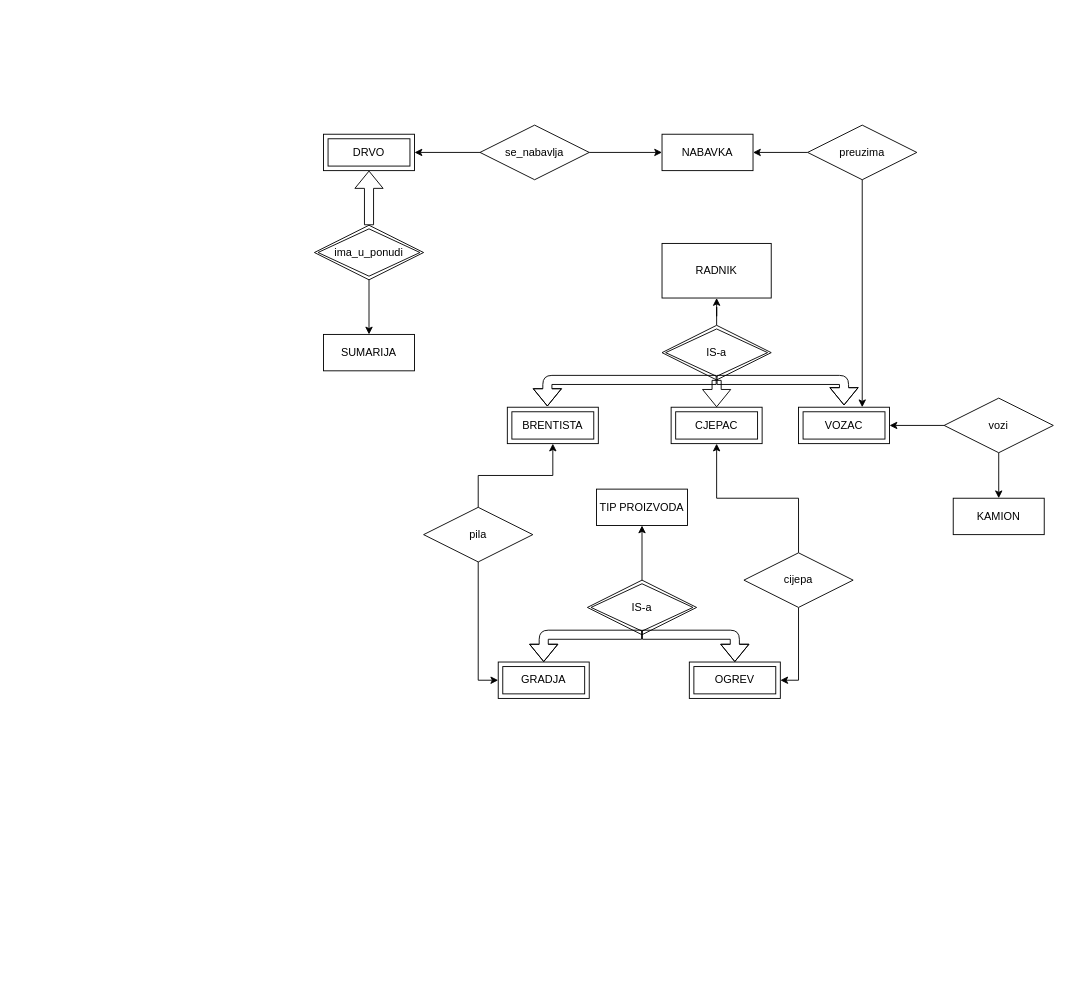
Earlier version of the draw.io diagram page "Pilana" (6 of 6) of bp_diagrams.drawio (therealtgd/bp_er). Source tidied: cells renumbered, new cells numbered last; positions are measured from the earlier drawing's top-left corner, leaving out a move shared by most shapes. Both pictures are drawn from the tidied source at 91%, with x=0, y=0 at pixel (314, 125).
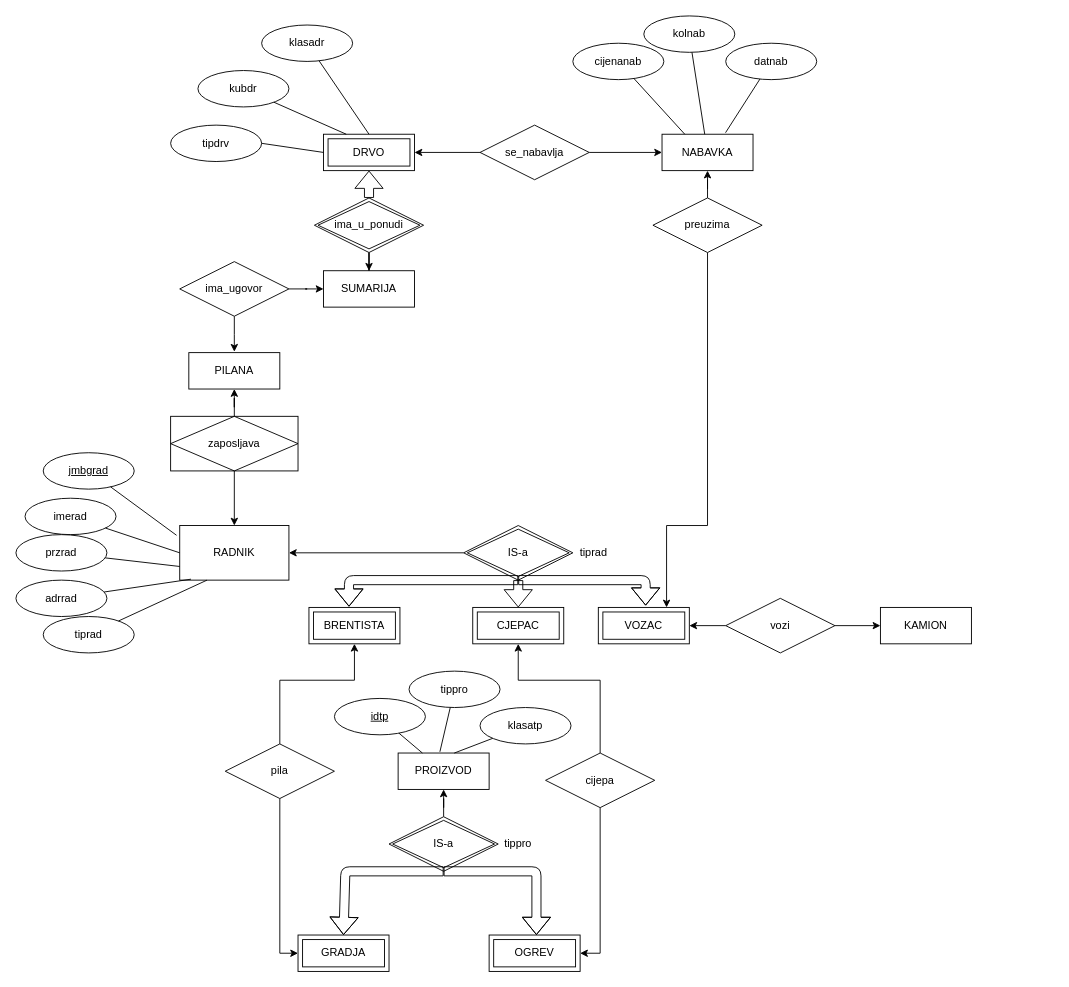
The same diagram, later.

The change refers to these unchanged cells:
```xml
<mxCell id="3" value="NABAVKA" style="whiteSpace=wrap;html=1;align=center;" parent="1" vertex="1">
  <mxGeometry x="382" y="10" width="100" height="40" as="geometry" />
</mxCell>
<mxCell id="7" value="DRVO" style="shape=ext;margin=3;double=1;whiteSpace=wrap;html=1;align=center;" parent="1" vertex="1">
  <mxGeometry x="10" y="10" width="100" height="40" as="geometry" />
</mxCell>
```

The edit, as a diff of the source:
```diff
@@
     <mxCell id="2" value="SUMARIJA" style="whiteSpace=wrap;html=1;align=center;" parent="1" vertex="1">
-      <mxGeometry x="10" y="230" width="100" height="40" as="geometry" />
+      <mxGeometry x="10" y="160" width="100" height="40" as="geometry" />
     </mxCell>
@@
     <mxCell id="9" value="ima_u_ponudi" style="shape=rhombus;double=1;perimeter=rhombusPerimeter;whiteSpace=wrap;html=1;align=center;" parent="1" vertex="1">
-      <mxGeometry y="110" width="120" height="60" as="geometry" />
+      <mxGeometry y="80" width="120" height="60" as="geometry" />
     </mxCell>
@@
-    <mxCell id="11" style="edgeStyle=orthogonalEdgeStyle;rounded=0;jettySize=auto;html=1;" parent="1" edge="1" source="13">
+    <mxCell id="11" style="edgeStyle=orthogonalEdgeStyle;rounded=0;jettySize=auto;html=1;entryX=0.75;entryY=0;entryDx=0;entryDy=0;exitX=0.5;exitY=1;exitDx=0;exitDy=0;" parent="1" edge="1" source="13" target="19">
       <mxGeometry relative="1" as="geometry">
-        <mxPoint x="602" y="310" as="targetPoint" />
         <Array as="points">
-          <mxPoint x="602" y="310" />
+          <mxPoint x="432" y="440" />
+          <mxPoint x="387" y="440" />
         </Array>
       </mxGeometry>
     </mxCell>
-    <mxCell id="12" style="edgeStyle=orthogonalEdgeStyle;rounded=0;jettySize=auto;html=1;entryX=1;entryY=0.5;entryDx=0;entryDy=0;" parent="1" edge="1" source="13" target="3">
+    <mxCell id="12" style="edgeStyle=orthogonalEdgeStyle;rounded=0;jettySize=auto;html=1;entryX=0.5;entryY=1;entryDx=0;entryDy=0;" parent="1" edge="1" source="13" target="3">
       <mxGeometry relative="1" as="geometry" />
     </mxCell>
     <mxCell id="13" value="preuzima" style="shape=rhombus;perimeter=rhombusPerimeter;whiteSpace=wrap;html=1;align=center;" parent="1" vertex="1">
-      <mxGeometry x="542" width="120" height="60" as="geometry" />
+      <mxGeometry x="372" y="80" width="120" height="60" as="geometry" />
     </mxCell>
     <mxCell id="14" value="RADNIK" style="rounded=0;whiteSpace=wrap;html=1;" parent="1" vertex="1">
-      <mxGeometry x="382" y="130" width="120" height="60" as="geometry" />
+      <mxGeometry x="-148" y="440" width="120" height="60" as="geometry" />
     </mxCell>
-    <mxCell id="15" style="edgeStyle=orthogonalEdgeStyle;rounded=0;jettySize=auto;html=1;entryX=0.5;entryY=1;entryDx=0;entryDy=0;" parent="1" edge="1" source="16" target="14">
+    <mxCell id="15" style="edgeStyle=orthogonalEdgeStyle;rounded=0;jettySize=auto;html=1;entryX=1;entryY=0.5;entryDx=0;entryDy=0;" parent="1" edge="1" source="16" target="14">
       <mxGeometry relative="1" as="geometry" />
     </mxCell>
     <mxCell id="16" value="IS-a" style="shape=rhombus;double=1;perimeter=rhombusPerimeter;whiteSpace=wrap;html=1;align=center;" parent="1" vertex="1">
-      <mxGeometry x="382" y="220" width="120" height="60" as="geometry" />
+      <mxGeometry x="164" y="440" width="120" height="60" as="geometry" />
     </mxCell>
     <mxCell id="17" value="BRENTISTA" style="shape=ext;margin=3;double=1;whiteSpace=wrap;html=1;align=center;" parent="1" vertex="1">
-      <mxGeometry x="212" y="310" width="100" height="40" as="geometry" />
+      <mxGeometry x="-6" y="530" width="100" height="40" as="geometry" />
     </mxCell>
     <mxCell id="18" value="CJEPAC" style="shape=ext;margin=3;double=1;whiteSpace=wrap;html=1;align=center;" parent="1" vertex="1">
-      <mxGeometry x="392" y="310" width="100" height="40" as="geometry" />
+      <mxGeometry x="174" y="530" width="100" height="40" as="geometry" />
     </mxCell>
     <mxCell id="19" value="VOZAC" style="shape=ext;margin=3;double=1;whiteSpace=wrap;html=1;align=center;" parent="1" vertex="1">
-      <mxGeometry x="532" y="310" width="100" height="40" as="geometry" />
+      <mxGeometry x="312" y="530" width="100" height="40" as="geometry" />
     </mxCell>
     <mxCell id="20" style="shape=flexArrow;endArrow=classic;html=1;exitX=0.5;exitY=1;exitDx=0;exitDy=0;entryX=0.44;entryY=-0.021;entryDx=0;entryDy=0;entryPerimeter=0;" parent="1" edge="1" source="16" target="17">
       <mxGeometry relative="1" as="geometry">
         <Array as="points">
-          <mxPoint x="256" y="280" />
+          <mxPoint x="38" y="500" />
         </Array>
       </mxGeometry>
     </mxCell>
     <mxCell id="21" style="shape=flexArrow;endArrow=classic;html=1;entryX=0.5;entryY=0;entryDx=0;entryDy=0;" parent="1" edge="1" target="18">
       <mxGeometry relative="1" as="geometry">
-        <mxPoint x="442" y="280" as="sourcePoint" />
+        <mxPoint x="224" y="500" as="sourcePoint" />
       </mxGeometry>
     </mxCell>
     <mxCell id="22" style="shape=flexArrow;endArrow=classic;html=1;" parent="1" edge="1">
       <mxGeometry relative="1" as="geometry">
-        <mxPoint x="442" y="280" as="sourcePoint" />
-        <mxPoint x="582" y="308" as="targetPoint" />
+        <mxPoint x="224" y="500" as="sourcePoint" />
+        <mxPoint x="364" y="528" as="targetPoint" />
         <Array as="points">
-          <mxPoint x="582" y="280" />
+          <mxPoint x="364" y="500" />
         </Array>
       </mxGeometry>
     </mxCell>
     <mxCell id="23" value="KAMION" style="whiteSpace=wrap;html=1;align=center;" parent="1" vertex="1">
-      <mxGeometry x="702" y="410" width="100" height="40" as="geometry" />
+      <mxGeometry x="622" y="530" width="100" height="40" as="geometry" />
     </mxCell>
@@
-    <mxCell id="25" style="edgeStyle=orthogonalEdgeStyle;rounded=0;jettySize=auto;html=1;entryX=0.5;entryY=0;entryDx=0;entryDy=0;" parent="1" edge="1" source="26" target="23">
+    <mxCell id="25" style="edgeStyle=orthogonalEdgeStyle;rounded=0;jettySize=auto;html=1;entryX=0;entryY=0.5;entryDx=0;entryDy=0;" parent="1" edge="1" source="26" target="23">
       <mxGeometry relative="1" as="geometry" />
     </mxCell>
     <mxCell id="26" value="vozi" style="shape=rhombus;perimeter=rhombusPerimeter;whiteSpace=wrap;html=1;align=center;" parent="1" vertex="1">
-      <mxGeometry x="692" y="300" width="120" height="60" as="geometry" />
+      <mxGeometry x="452" y="520" width="120" height="60" as="geometry" />
     </mxCell>
-    <mxCell id="27" value="TIP PROIZVODA" style="whiteSpace=wrap;html=1;align=center;" parent="1" vertex="1">
-      <mxGeometry x="310" y="400" width="100" height="40" as="geometry" />
+    <mxCell id="27" value="PROIZVOD" style="whiteSpace=wrap;html=1;align=center;" parent="1" vertex="1">
+      <mxGeometry x="92" y="690" width="100" height="40" as="geometry" />
     </mxCell>
     <mxCell id="28" value="GRADJA" style="shape=ext;margin=3;double=1;whiteSpace=wrap;html=1;align=center;" parent="1" vertex="1">
-      <mxGeometry x="202" y="590" width="100" height="40" as="geometry" />
+      <mxGeometry x="-18" y="890" width="100" height="40" as="geometry" />
     </mxCell>
@@
     <mxCell id="30" value="IS-a" style="shape=rhombus;double=1;perimeter=rhombusPerimeter;whiteSpace=wrap;html=1;align=center;" parent="1" vertex="1">
-      <mxGeometry x="300" y="500" width="120" height="60" as="geometry" />
+      <mxGeometry x="82" y="760" width="120" height="60" as="geometry" />
     </mxCell>
     <mxCell id="31" value="OGREV" style="shape=ext;margin=3;double=1;whiteSpace=wrap;html=1;align=center;" parent="1" vertex="1">
-      <mxGeometry x="412" y="590" width="100" height="40" as="geometry" />
+      <mxGeometry x="192" y="890" width="100" height="40" as="geometry" />
     </mxCell>
-    <mxCell id="32" style="shape=flexArrow;endArrow=classic;html=1;exitX=0.5;exitY=1;exitDx=0;exitDy=0;entryX=0.5;entryY=0;entryDx=0;entryDy=0;" parent="1" edge="1" source="30" target="28">
+    <mxCell id="32" style="shape=flexArrow;endArrow=classic;html=1;exitX=0.5;exitY=1;exitDx=0;exitDy=0;entryX=0.5;entryY=0;entryDx=0;entryDy=0;" parent="1" edge="1" source="30">
       <mxGeometry relative="1" as="geometry">
+        <mxPoint x="32" y="890" as="targetPoint" />
         <Array as="points">
-          <mxPoint x="252" y="560" />
+          <mxPoint x="34" y="820" />
         </Array>
       </mxGeometry>
     </mxCell>
-    <mxCell id="33" style="shape=flexArrow;endArrow=classic;html=1;entryX=0.5;entryY=0;entryDx=0;entryDy=0;" parent="1" edge="1" target="31">
+    <mxCell id="33" style="shape=flexArrow;endArrow=classic;html=1;entryX=0.5;entryY=0;entryDx=0;entryDy=0;" parent="1" edge="1">
       <mxGeometry relative="1" as="geometry">
-        <mxPoint x="360" y="560" as="sourcePoint" />
+        <mxPoint x="142" y="820" as="sourcePoint" />
+        <mxPoint x="244" y="890" as="targetPoint" />
         <Array as="points">
-          <mxPoint x="462" y="560" />
+          <mxPoint x="244" y="820" />
         </Array>
       </mxGeometry>
     </mxCell>
     <mxCell id="34" style="edgeStyle=orthogonalEdgeStyle;rounded=0;jettySize=auto;html=1;entryX=0.5;entryY=1;entryDx=0;entryDy=0;" parent="1" edge="1" source="36" target="17">
-      <mxGeometry relative="1" as="geometry" />
+      <mxGeometry relative="1" as="geometry">
+        <Array as="points">
+          <mxPoint x="-38" y="610" />
+          <mxPoint x="44" y="610" />
+        </Array>
+      </mxGeometry>
     </mxCell>
@@
     <mxCell id="36" value="pila" style="shape=rhombus;perimeter=rhombusPerimeter;whiteSpace=wrap;html=1;align=center;" parent="1" vertex="1">
-      <mxGeometry x="120" y="420" width="120" height="60" as="geometry" />
+      <mxGeometry x="-98" y="680" width="120" height="60" as="geometry" />
     </mxCell>
     <mxCell id="37" style="edgeStyle=orthogonalEdgeStyle;rounded=0;jettySize=auto;html=1;entryX=0.5;entryY=1;entryDx=0;entryDy=0;" parent="1" edge="1" source="39" target="18">
-      <mxGeometry relative="1" as="geometry" />
+      <mxGeometry relative="1" as="geometry">
+        <Array as="points">
+          <mxPoint x="314" y="610" />
+          <mxPoint x="224" y="610" />
+        </Array>
+      </mxGeometry>
     </mxCell>
@@
     <mxCell id="39" value="cijepa" style="shape=rhombus;perimeter=rhombusPerimeter;whiteSpace=wrap;html=1;align=center;" parent="1" vertex="1">
-      <mxGeometry x="472" y="470" width="120" height="60" as="geometry" />
+      <mxGeometry x="254" y="690" width="120" height="60" as="geometry" />
     </mxCell>
+    <mxCell id="40" value="tipdrv" style="ellipse;whiteSpace=wrap;html=1;align=center;" parent="1" vertex="1">
+      <mxGeometry x="-158" width="100" height="40" as="geometry" />
+    </mxCell>
+    <mxCell id="41" value="kubdr" style="ellipse;whiteSpace=wrap;html=1;align=center;" parent="1" vertex="1">
+      <mxGeometry x="-128" y="-60" width="100" height="40" as="geometry" />
+    </mxCell>
+    <mxCell id="42" value="klasadr" style="ellipse;whiteSpace=wrap;html=1;align=center;" parent="1" vertex="1">
+      <mxGeometry x="-58" y="-110" width="100" height="40" as="geometry" />
+    </mxCell>
+    <mxCell id="43" style="endArrow=none;html=1;entryX=1;entryY=0.5;entryDx=0;entryDy=0;exitX=0;exitY=0.5;exitDx=0;exitDy=0;" parent="1" edge="1" source="7" target="40">
+      <mxGeometry relative="1" as="geometry" />
+    </mxCell>
+    <mxCell id="44" style="endArrow=none;html=1;entryX=0.25;entryY=0;entryDx=0;entryDy=0;" parent="1" edge="1" source="41" target="7">
+      <mxGeometry relative="1" as="geometry" />
+    </mxCell>
+    <mxCell id="45" style="endArrow=none;html=1;entryX=0.5;entryY=0;entryDx=0;entryDy=0;" parent="1" edge="1" source="42" target="7">
+      <mxGeometry relative="1" as="geometry" />
+    </mxCell>
+    <mxCell id="46" value="PILANA" style="whiteSpace=wrap;html=1;align=center;" parent="1" vertex="1">
+      <mxGeometry x="-138" y="250" width="100" height="40" as="geometry" />
+    </mxCell>
+    <mxCell id="47" style="edgeStyle=orthogonalEdgeStyle;rounded=0;jettySize=auto;html=1;entryX=0.5;entryY=1;entryDx=0;entryDy=0;" parent="1" edge="1" source="49" target="46">
+      <mxGeometry relative="1" as="geometry" />
+    </mxCell>
+    <mxCell id="48" style="edgeStyle=orthogonalEdgeStyle;rounded=0;jettySize=auto;html=1;" parent="1" edge="1" source="49" target="14">
+      <mxGeometry relative="1" as="geometry" />
+    </mxCell>
+    <mxCell id="49" value="zaposljava" style="shape=associativeEntity;whiteSpace=wrap;html=1;align=center;" parent="1" vertex="1">
+      <mxGeometry x="-158" y="320" width="140" height="60" as="geometry" />
+    </mxCell>
+    <mxCell id="50" style="edgeStyle=orthogonalEdgeStyle;rounded=0;jettySize=auto;html=1;entryX=0;entryY=0.5;entryDx=0;entryDy=0;" parent="1" edge="1" source="52" target="2">
+      <mxGeometry relative="1" as="geometry" />
+    </mxCell>
+    <mxCell id="51" style="edgeStyle=orthogonalEdgeStyle;rounded=0;jettySize=auto;html=1;" parent="1" edge="1" source="52">
+      <mxGeometry relative="1" as="geometry">
+        <mxPoint x="-88" y="249" as="targetPoint" />
+      </mxGeometry>
+    </mxCell>
+    <mxCell id="52" value="ima_ugovor" style="shape=rhombus;perimeter=rhombusPerimeter;whiteSpace=wrap;html=1;align=center;" parent="1" vertex="1">
+      <mxGeometry x="-148" y="150" width="120" height="60" as="geometry" />
+    </mxCell>
+    <mxCell id="53" value="tippro" style="text;html=1;strokeColor=none;fillColor=none;align=center;verticalAlign=middle;whiteSpace=wrap;rounded=0;" parent="1" vertex="1">
+      <mxGeometry x="204" y="780" width="40" height="20" as="geometry" />
+    </mxCell>
+    <mxCell id="54" value="klasatp" style="ellipse;whiteSpace=wrap;html=1;align=center;" parent="1" vertex="1">
+      <mxGeometry x="182" y="640" width="100" height="40" as="geometry" />
+    </mxCell>
+    <mxCell id="55" value="&lt;u&gt;idtp&lt;/u&gt;" style="ellipse;whiteSpace=wrap;html=1;align=center;" parent="1" vertex="1">
+      <mxGeometry x="22" y="630" width="100" height="40" as="geometry" />
+    </mxCell>
+    <mxCell id="56" style="endArrow=none;html=1;" parent="1" edge="1" source="55" target="27">
+      <mxGeometry relative="1" as="geometry" />
+    </mxCell>
+    <mxCell id="57" style="endArrow=none;html=1;entryX=0.617;entryY=0.001;entryDx=0;entryDy=0;entryPerimeter=0;" parent="1" edge="1" source="54" target="27">
+      <mxGeometry relative="1" as="geometry" />
+    </mxCell>
+    <mxCell id="58" value="tippro" style="ellipse;whiteSpace=wrap;html=1;align=center;" parent="1" vertex="1">
+      <mxGeometry x="104" y="600" width="100" height="40" as="geometry" />
+    </mxCell>
+    <mxCell id="59" style="endArrow=none;html=1;entryX=0.459;entryY=-0.034;entryDx=0;entryDy=0;entryPerimeter=0;" parent="1" edge="1" source="58" target="27">
+      <mxGeometry relative="1" as="geometry" />
+    </mxCell>
+    <mxCell id="60" value="&lt;u&gt;jmbgrad&lt;/u&gt;" style="ellipse;whiteSpace=wrap;html=1;align=center;" parent="1" vertex="1">
+      <mxGeometry x="-298" y="360" width="100" height="40" as="geometry" />
+    </mxCell>
+    <mxCell id="61" value="imerad" style="ellipse;whiteSpace=wrap;html=1;align=center;" parent="1" vertex="1">
+      <mxGeometry x="-318" y="410" width="100" height="40" as="geometry" />
+    </mxCell>
+    <mxCell id="62" value="przrad" style="ellipse;whiteSpace=wrap;html=1;align=center;" parent="1" vertex="1">
+      <mxGeometry x="-328" y="450" width="100" height="40" as="geometry" />
+    </mxCell>
+    <mxCell id="63" value="adrrad" style="ellipse;whiteSpace=wrap;html=1;align=center;" parent="1" vertex="1">
+      <mxGeometry x="-328" y="500" width="100" height="40" as="geometry" />
+    </mxCell>
+    <mxCell id="64" value="tiprad" style="ellipse;whiteSpace=wrap;html=1;align=center;" parent="1" vertex="1">
+      <mxGeometry x="-298" y="540" width="100" height="40" as="geometry" />
+    </mxCell>
+    <mxCell id="65" style="endArrow=none;html=1;entryX=-0.029;entryY=0.179;entryDx=0;entryDy=0;entryPerimeter=0;" parent="1" edge="1" source="60" target="14">
+      <mxGeometry relative="1" as="geometry" />
+    </mxCell>
+    <mxCell id="66" style="endArrow=none;html=1;entryX=0;entryY=0.5;entryDx=0;entryDy=0;" parent="1" edge="1" source="61" target="14">
+      <mxGeometry relative="1" as="geometry" />
+    </mxCell>
+    <mxCell id="67" style="endArrow=none;html=1;entryX=0;entryY=0.75;entryDx=0;entryDy=0;" parent="1" edge="1" source="62" target="14">
+      <mxGeometry relative="1" as="geometry" />
+    </mxCell>
+    <mxCell id="68" style="endArrow=none;html=1;entryX=0.103;entryY=0.983;entryDx=0;entryDy=0;entryPerimeter=0;" parent="1" edge="1" source="63" target="14">
+      <mxGeometry relative="1" as="geometry" />
+    </mxCell>
+    <mxCell id="69" style="endArrow=none;html=1;entryX=0.25;entryY=1;entryDx=0;entryDy=0;" parent="1" edge="1" source="64" target="14">
+      <mxGeometry relative="1" as="geometry" />
+    </mxCell>
+    <mxCell id="70" value="tiprad" style="text;html=1;strokeColor=none;fillColor=none;align=center;verticalAlign=middle;whiteSpace=wrap;rounded=0;" parent="1" vertex="1">
+      <mxGeometry x="287" y="460" width="40" height="20" as="geometry" />
+    </mxCell>
+    <mxCell id="71" value="datnab" style="ellipse;whiteSpace=wrap;html=1;align=center;" parent="1" vertex="1">
+      <mxGeometry x="452" y="-90" width="100" height="40" as="geometry" />
+    </mxCell>
+    <mxCell id="72" value="kolnab" style="ellipse;whiteSpace=wrap;html=1;align=center;" parent="1" vertex="1">
+      <mxGeometry x="362" y="-120" width="100" height="40" as="geometry" />
+    </mxCell>
+    <mxCell id="73" value="cijenanab" style="ellipse;whiteSpace=wrap;html=1;align=center;" parent="1" vertex="1">
+      <mxGeometry x="284" y="-90" width="100" height="40" as="geometry" />
+    </mxCell>
+    <mxCell id="74" style="endArrow=none;html=1;entryX=0.25;entryY=0;entryDx=0;entryDy=0;" parent="1" edge="1" source="73" target="3">
+      <mxGeometry relative="1" as="geometry" />
+    </mxCell>
+    <mxCell id="75" style="endArrow=none;html=1;" parent="1" edge="1" source="72" target="3">
+      <mxGeometry relative="1" as="geometry" />
+    </mxCell>
+    <mxCell id="76" style="endArrow=none;html=1;entryX=0.698;entryY=-0.042;entryDx=0;entryDy=0;entryPerimeter=0;" parent="1" edge="1" source="71" target="3">
+      <mxGeometry relative="1" as="geometry" />
+    </mxCell>
```
